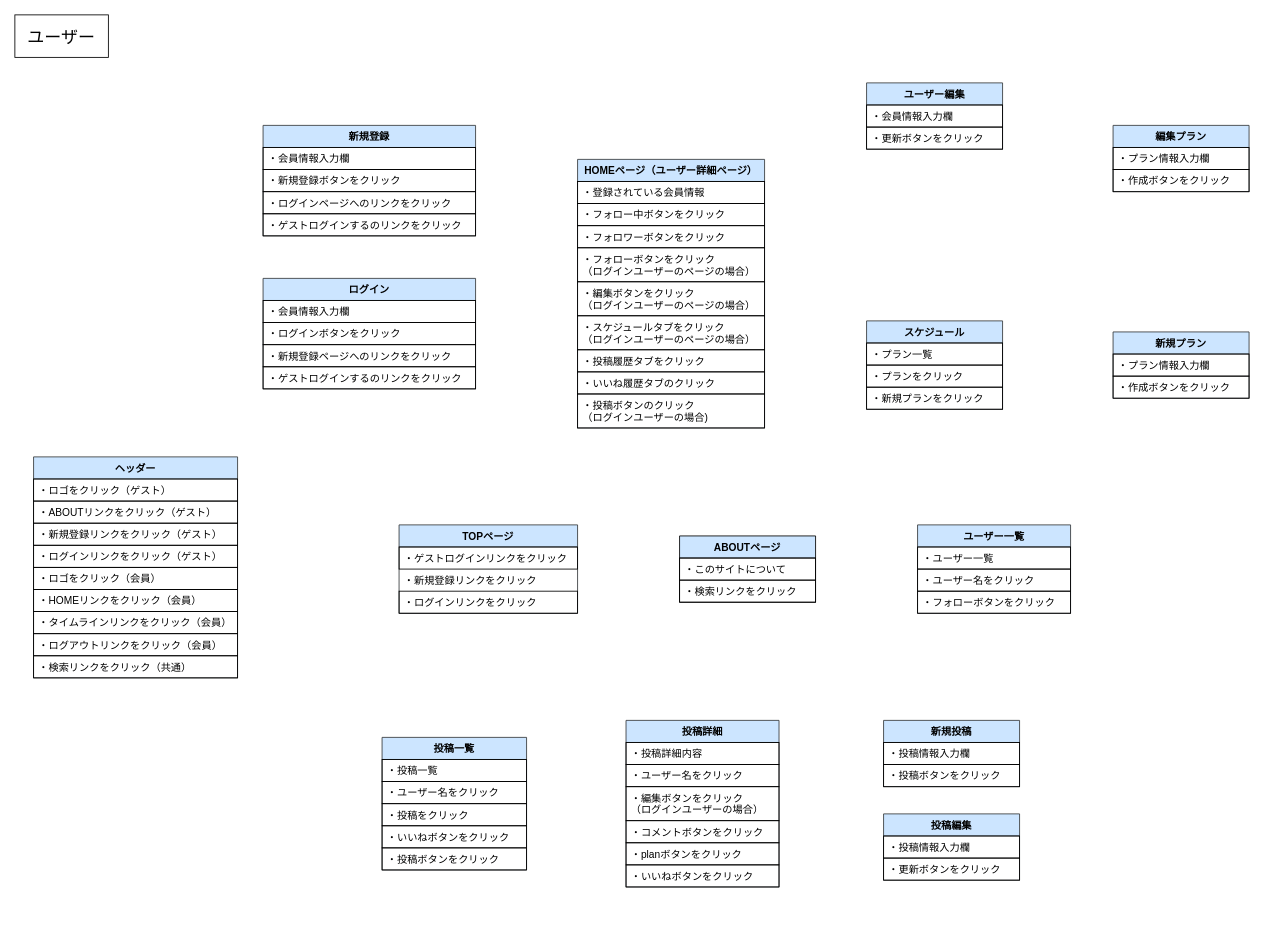
JunkiYuasa/trip_planning keeps this draw.io diagram as page "user" (1 of 2) of ui_flows.drawio. Above is the earlier version. Source tidied: cells renumbered, new cells numbered last; positions are measured from the earlier drawing's top-left corner, leaving out a move shared by most shapes. Both pictures are drawn from the tidied source at 85%, with x=0, y=0 at pixel (14, 14).
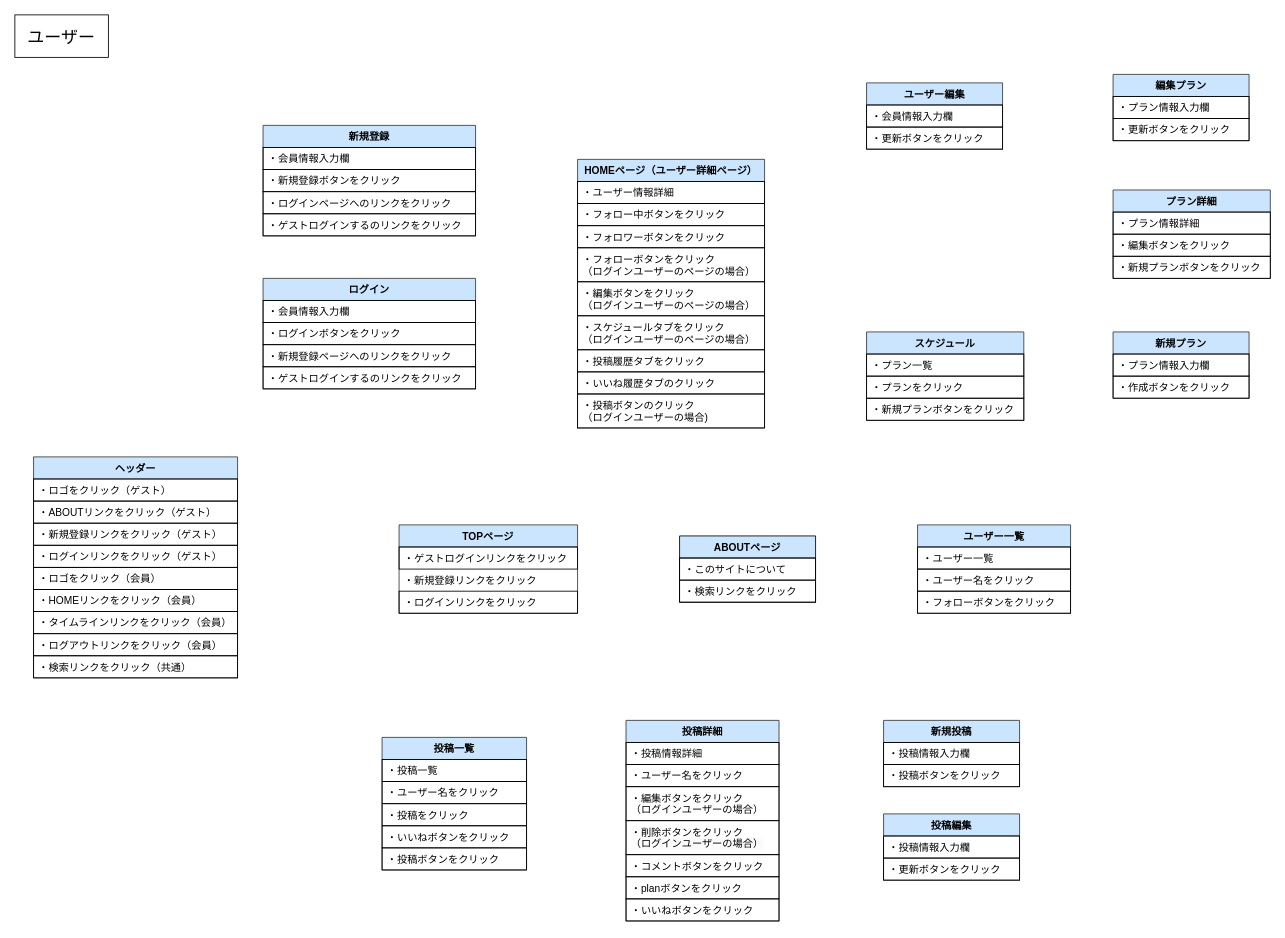
The same page after the edit.

Commit message (it also covers changes not shown here):
ui_flows.drawio を更新します

Unchanged cells that the change refers to:
```xml
<mxCell id="30" value="HOMEページ（ユーザー詳細ページ）" style="swimlane;fontStyle=1;align=center;verticalAlign=top;horizontal=1;startSize=26;whiteSpace=wrap;html=1;strokeColor=#36393d;spacingLeft=4;spacingRight=4;fontFamily=Helvetica;fontSize=12;fillColor=#cce5ff;" parent="1" vertex="1">
  <mxGeometry x="662" y="170" width="220" height="316" as="geometry" />
</mxCell>
```

Change to the diagram source:
```diff
@@
-    <mxCell id="31" value="・登録されている会員情報" style="text;strokeColor=default;fillColor=none;align=left;verticalAlign=top;spacingLeft=4;spacingRight=4;overflow=hidden;whiteSpace=wrap;html=1;fontFamily=Helvetica;fontSize=12;fontColor=default;" parent="30" vertex="1">
+    <mxCell id="31" value="・ユーザー情報詳細" style="text;strokeColor=default;fillColor=none;align=left;verticalAlign=top;spacingLeft=4;spacingRight=4;overflow=hidden;whiteSpace=wrap;html=1;fontFamily=Helvetica;fontSize=12;fontColor=default;" parent="30" vertex="1">
       <mxGeometry y="26" width="220" height="26" as="geometry" />
     </mxCell>
@@
     <mxCell id="46" value="投稿詳細" style="swimlane;fontStyle=1;align=center;verticalAlign=top;horizontal=1;startSize=26;whiteSpace=wrap;html=1;strokeColor=#36393d;spacingLeft=4;spacingRight=4;fontFamily=Helvetica;fontSize=12;fillColor=#cce5ff;" parent="1" vertex="1">
-      <mxGeometry x="719" y="830" width="180" height="196" as="geometry" />
+      <mxGeometry x="719" y="830" width="180" height="236" as="geometry" />
     </mxCell>
-    <mxCell id="47" value="・投稿詳細内容" style="text;strokeColor=default;fillColor=none;align=left;verticalAlign=top;spacingLeft=4;spacingRight=4;overflow=hidden;whiteSpace=wrap;html=1;fontFamily=Helvetica;fontSize=12;fontColor=default;" parent="46" vertex="1">
+    <mxCell id="47" value="・投稿情報詳細" style="text;strokeColor=default;fillColor=none;align=left;verticalAlign=top;spacingLeft=4;spacingRight=4;overflow=hidden;whiteSpace=wrap;html=1;fontFamily=Helvetica;fontSize=12;fontColor=default;" parent="46" vertex="1">
       <mxGeometry y="26" width="180" height="26" as="geometry" />
     </mxCell>
@@
+    <mxCell id="76" value="&lt;span style=&quot;color: rgb(0, 0, 0); font-family: Helvetica; font-size: 12px; font-style: normal; font-variant-ligatures: normal; font-variant-caps: normal; font-weight: 400; letter-spacing: normal; orphans: 2; text-align: left; text-indent: 0px; text-transform: none; widows: 2; word-spacing: 0px; -webkit-text-stroke-width: 0px; white-space: normal; background-color: rgb(251, 251, 251); text-decoration-thickness: initial; text-decoration-style: initial; text-decoration-color: initial; display: inline !important; float: none;&quot;&gt;・削除&lt;/span&gt;ボタンをクリック&lt;div&gt;&lt;div style=&quot;forced-color-adjust: none; color: rgb(0, 0, 0); font-family: Helvetica; font-size: 12px; font-style: normal; font-variant-ligatures: normal; font-variant-caps: normal; font-weight: 400; letter-spacing: normal; orphans: 2; text-align: left; text-indent: 0px; text-transform: none; widows: 2; word-spacing: 0px; -webkit-text-stroke-width: 0px; white-space: normal; background-color: rgb(251, 251, 251); text-decoration-thickness: initial; text-decoration-style: initial; text-decoration-color: initial;&quot;&gt;（ログインユーザーの場合）&lt;/div&gt;&lt;/div&gt;" style="text;strokeColor=default;fillColor=none;align=left;verticalAlign=top;spacingLeft=4;spacingRight=4;overflow=hidden;whiteSpace=wrap;html=1;fontFamily=Helvetica;fontSize=12;fontColor=default;" parent="46" vertex="1">
+      <mxGeometry y="118" width="180" height="40" as="geometry" />
+    </mxCell>
     <mxCell id="50" value="・コメントボタンをクリック" style="text;strokeColor=default;fillColor=none;align=left;verticalAlign=top;spacingLeft=4;spacingRight=4;overflow=hidden;whiteSpace=wrap;html=1;fontFamily=Helvetica;fontSize=12;fontColor=default;" parent="46" vertex="1">
-      <mxGeometry y="118" width="180" height="26" as="geometry" />
+      <mxGeometry y="158" width="180" height="26" as="geometry" />
     </mxCell>
     <mxCell id="51" value="・planボタンをクリック" style="text;strokeColor=default;fillColor=none;align=left;verticalAlign=top;spacingLeft=4;spacingRight=4;overflow=hidden;whiteSpace=wrap;html=1;fontFamily=Helvetica;fontSize=12;fontColor=default;" parent="46" vertex="1">
-      <mxGeometry y="144" width="180" height="26" as="geometry" />
+      <mxGeometry y="184" width="180" height="26" as="geometry" />
     </mxCell>
     <mxCell id="52" value="・いいねボタンをクリック" style="text;strokeColor=default;fillColor=none;align=left;verticalAlign=top;spacingLeft=4;spacingRight=4;overflow=hidden;whiteSpace=wrap;html=1;fontFamily=Helvetica;fontSize=12;fontColor=default;" parent="46" vertex="1">
-      <mxGeometry y="170" width="180" height="26" as="geometry" />
+      <mxGeometry y="210" width="180" height="26" as="geometry" />
     </mxCell>
@@
     <mxCell id="66" value="スケジュール" style="swimlane;fontStyle=1;align=center;verticalAlign=top;horizontal=1;startSize=26;whiteSpace=wrap;html=1;strokeColor=#36393d;spacingLeft=4;spacingRight=4;fontFamily=Helvetica;fontSize=12;fillColor=#cce5ff;" parent="1" vertex="1">
-      <mxGeometry x="1002" y="360" width="160" height="104" as="geometry" />
+      <mxGeometry x="1002" y="373" width="185" height="104" as="geometry" />
     </mxCell>
     <mxCell id="67" value="・プラン一覧" style="text;strokeColor=default;fillColor=none;align=left;verticalAlign=top;spacingLeft=4;spacingRight=4;overflow=hidden;whiteSpace=wrap;html=1;fontFamily=Helvetica;fontSize=12;fontColor=default;" parent="66" vertex="1">
-      <mxGeometry y="26" width="160" height="26" as="geometry" />
+      <mxGeometry y="26" width="185" height="26" as="geometry" />
     </mxCell>
     <mxCell id="68" value="・プランをクリック" style="text;strokeColor=default;fillColor=none;align=left;verticalAlign=top;spacingLeft=4;spacingRight=4;overflow=hidden;whiteSpace=wrap;html=1;fontFamily=Helvetica;fontSize=12;fontColor=default;" parent="66" vertex="1">
-      <mxGeometry y="52" width="160" height="26" as="geometry" />
+      <mxGeometry y="52" width="185" height="26" as="geometry" />
     </mxCell>
-    <mxCell id="69" value="・新規プランをクリック" style="text;strokeColor=default;fillColor=none;align=left;verticalAlign=top;spacingLeft=4;spacingRight=4;overflow=hidden;whiteSpace=wrap;html=1;fontFamily=Helvetica;fontSize=12;fontColor=default;" parent="66" vertex="1">
-      <mxGeometry y="78" width="160" height="26" as="geometry" />
+    <mxCell id="69" value="・新規プランボタンをクリック" style="text;strokeColor=default;fillColor=none;align=left;verticalAlign=top;spacingLeft=4;spacingRight=4;overflow=hidden;whiteSpace=wrap;html=1;fontFamily=Helvetica;fontSize=12;fontColor=default;" parent="66" vertex="1">
+      <mxGeometry y="78" width="185" height="26" as="geometry" />
     </mxCell>
     <mxCell id="70" value="編集プラン" style="swimlane;fontStyle=1;align=center;verticalAlign=top;horizontal=1;startSize=26;whiteSpace=wrap;html=1;strokeColor=#36393d;spacingLeft=4;spacingRight=4;fontFamily=Helvetica;fontSize=12;fillColor=#cce5ff;" parent="1" vertex="1">
-      <mxGeometry x="1292" y="130" width="160" height="78" as="geometry" />
+      <mxGeometry x="1292" y="70" width="160" height="78" as="geometry" />
     </mxCell>
@@
-    <mxCell id="72" value="・作成ボタンをクリック" style="text;strokeColor=default;fillColor=none;align=left;verticalAlign=top;spacingLeft=4;spacingRight=4;overflow=hidden;whiteSpace=wrap;html=1;fontFamily=Helvetica;fontSize=12;fontColor=default;" parent="70" vertex="1">
+    <mxCell id="72" value="・更新ボタンをクリック" style="text;strokeColor=default;fillColor=none;align=left;verticalAlign=top;spacingLeft=4;spacingRight=4;overflow=hidden;whiteSpace=wrap;html=1;fontFamily=Helvetica;fontSize=12;fontColor=default;" parent="70" vertex="1">
       <mxGeometry y="52" width="160" height="26" as="geometry" />
     </mxCell>
@@
+    <mxCell id="77" value="プラン詳細" style="swimlane;fontStyle=1;align=center;verticalAlign=top;horizontal=1;startSize=26;whiteSpace=wrap;html=1;strokeColor=#36393d;spacingLeft=4;spacingRight=4;fontFamily=Helvetica;fontSize=12;fillColor=#cce5ff;" parent="1" vertex="1">
+      <mxGeometry x="1292" y="206" width="185" height="104" as="geometry" />
+    </mxCell>
+    <mxCell id="78" value="・プラン情報詳細" style="text;strokeColor=default;fillColor=none;align=left;verticalAlign=top;spacingLeft=4;spacingRight=4;overflow=hidden;whiteSpace=wrap;html=1;fontFamily=Helvetica;fontSize=12;fontColor=default;" parent="77" vertex="1">
+      <mxGeometry y="26" width="185" height="26" as="geometry" />
+    </mxCell>
+    <mxCell id="79" value="・編集ボタンをクリック" style="text;strokeColor=default;fillColor=none;align=left;verticalAlign=top;spacingLeft=4;spacingRight=4;overflow=hidden;whiteSpace=wrap;html=1;fontFamily=Helvetica;fontSize=12;fontColor=default;" parent="77" vertex="1">
+      <mxGeometry y="52" width="185" height="26" as="geometry" />
+    </mxCell>
+    <mxCell id="80" value="・新規プランボタンをクリック" style="text;strokeColor=default;fillColor=none;align=left;verticalAlign=top;spacingLeft=4;spacingRight=4;overflow=hidden;whiteSpace=wrap;html=1;fontFamily=Helvetica;fontSize=12;fontColor=default;" parent="77" vertex="1">
+      <mxGeometry y="78" width="185" height="26" as="geometry" />
+    </mxCell>
```
